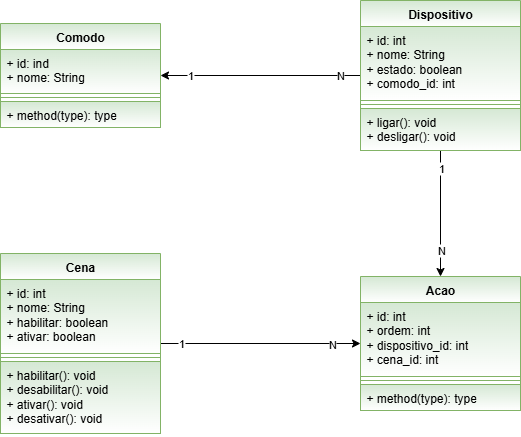
Earlier version of the draw.io export Artefatos/arquivos/Class-Diagram.drawio.png (ronieldias/Controle-Domotica). Source tidied: cells renumbered, new cells last; positions are measured from the earlier drawing's top-left corner, leaving out a move shared by most shapes. The source it was exported from:
```xml
<mxGraphModel>
  <root>
    <mxCell id="0" />
    <mxCell id="1" parent="0" />
    <mxCell id="2" style="edgeStyle=orthogonalEdgeStyle;rounded=0;jettySize=auto;html=1;" parent="1" edge="1" source="5" target="9">
      <mxGeometry relative="1" as="geometry" />
    </mxCell>
    <mxCell id="3" value="N" style="edgeLabel;html=1;align=center;verticalAlign=middle;" parent="2" vertex="1">
      <mxGeometry x="0.72" y="-1" relative="1" as="geometry" />
    </mxCell>
    <mxCell id="4" value="1" style="edgeLabel;html=1;align=center;verticalAlign=middle;" parent="2" vertex="1">
      <mxGeometry x="-0.79" relative="1" as="geometry" />
    </mxCell>
    <mxCell id="5" value="Cena" style="swimlane;fontStyle=1;align=center;verticalAlign=top;horizontal=1;startSize=26;whiteSpace=wrap;html=1;perimeterSpacing=0;fillColor=#d5e8d4;strokeColor=#82b366;fillStyle=solid;gradientColor=#FFFFFF;" parent="1" vertex="1">
      <mxGeometry y="253" width="160" height="180" as="geometry" />
    </mxCell>
    <mxCell id="6" value="+ id: int&lt;div&gt;+ nome: String&lt;/div&gt;&lt;div&gt;&lt;span style=&quot;background-color: transparent; color: light-dark(rgb(0, 0, 0), rgb(255, 255, 255));&quot;&gt;+ habilitar: boolean&lt;/span&gt;&lt;/div&gt;&lt;div&gt;&lt;span style=&quot;background-color: transparent; color: light-dark(rgb(0, 0, 0), rgb(255, 255, 255));&quot;&gt;+ ativar: boolean&lt;/span&gt;&lt;/div&gt;" style="text;strokeColor=#82b366;fillColor=#d5e8d4;align=left;verticalAlign=top;spacingLeft=4;spacingRight=4;overflow=hidden;whiteSpace=wrap;html=1;perimeterSpacing=0;fillStyle=solid;gradientColor=#FFFFFF;" parent="5" vertex="1">
      <mxGeometry y="26" width="160" height="74" as="geometry" />
    </mxCell>
    <mxCell id="7" style="line;strokeWidth=1;fillColor=#d5e8d4;align=left;verticalAlign=middle;spacingTop=-1;spacingLeft=3;spacingRight=3;labelPosition=right;strokeColor=#82b366;perimeterSpacing=0;fillStyle=solid;gradientColor=#FFFFFF;" parent="5" vertex="1">
      <mxGeometry y="100" width="160" height="8" as="geometry" />
    </mxCell>
    <mxCell id="8" value="+ habilitar(): void&lt;div&gt;+ desabilitar(): void&lt;/div&gt;&lt;div&gt;+ ativar(): void&lt;/div&gt;&lt;div&gt;+ desativar(): void&lt;/div&gt;" style="text;strokeColor=#82b366;fillColor=#d5e8d4;align=left;verticalAlign=top;spacingLeft=4;spacingRight=4;overflow=hidden;whiteSpace=wrap;html=1;perimeterSpacing=0;fillStyle=solid;gradientColor=#FFFFFF;" parent="5" vertex="1">
      <mxGeometry y="108" width="160" height="72" as="geometry" />
    </mxCell>
    <mxCell id="9" value="Acao" style="swimlane;fontStyle=1;align=center;verticalAlign=top;horizontal=1;startSize=26;whiteSpace=wrap;html=1;perimeterSpacing=0;fillColor=#d5e8d4;strokeColor=#82b366;fillStyle=solid;gradientColor=#FFFFFF;" parent="1" vertex="1">
      <mxGeometry x="360" y="276" width="160" height="134" as="geometry" />
    </mxCell>
    <mxCell id="10" value="&lt;div&gt;&lt;span style=&quot;background-color: transparent; color: light-dark(rgb(0, 0, 0), rgb(255, 255, 255));&quot;&gt;+ id: int&lt;/span&gt;&lt;/div&gt;&lt;div&gt;+ ordem: int&lt;/div&gt;+ dispositivo_id: int&lt;div&gt;+ cena_id: int&lt;/div&gt;&lt;div&gt;&lt;br&gt;&lt;/div&gt;" style="text;strokeColor=#82b366;fillColor=#d5e8d4;align=left;verticalAlign=top;spacingLeft=4;spacingRight=4;overflow=hidden;whiteSpace=wrap;html=1;perimeterSpacing=0;fillStyle=solid;gradientColor=#FFFFFF;" parent="9" vertex="1">
      <mxGeometry y="26" width="160" height="74" as="geometry" />
    </mxCell>
    <mxCell id="11" style="line;strokeWidth=1;fillColor=#d5e8d4;align=left;verticalAlign=middle;spacingTop=-1;spacingLeft=3;spacingRight=3;labelPosition=right;strokeColor=#82b366;perimeterSpacing=0;fillStyle=solid;gradientColor=#FFFFFF;" parent="9" vertex="1">
      <mxGeometry y="100" width="160" height="8" as="geometry" />
    </mxCell>
    <mxCell id="12" value="+ method(type): type" style="text;strokeColor=#82b366;fillColor=#d5e8d4;align=left;verticalAlign=top;spacingLeft=4;spacingRight=4;overflow=hidden;whiteSpace=wrap;html=1;perimeterSpacing=0;fillStyle=solid;gradientColor=#FFFFFF;" parent="9" vertex="1">
      <mxGeometry y="108" width="160" height="26" as="geometry" />
    </mxCell>
    <mxCell id="13" value="Comodo" style="swimlane;fontStyle=1;align=center;verticalAlign=top;horizontal=1;startSize=26;whiteSpace=wrap;html=1;perimeterSpacing=0;fillColor=#d5e8d4;strokeColor=#82b366;fillStyle=solid;gradientColor=#FFFFFF;" parent="1" vertex="1">
      <mxGeometry y="23" width="160" height="104" as="geometry" />
    </mxCell>
    <mxCell id="14" value="+ id: ind&lt;div&gt;+ nome: String&lt;/div&gt;" style="text;strokeColor=#82b366;fillColor=#d5e8d4;align=left;verticalAlign=top;spacingLeft=4;spacingRight=4;overflow=hidden;whiteSpace=wrap;html=1;perimeterSpacing=0;fillStyle=solid;gradientColor=#FFFFFF;" parent="13" vertex="1">
      <mxGeometry y="26" width="160" height="44" as="geometry" />
    </mxCell>
    <mxCell id="15" style="line;strokeWidth=1;fillColor=#d5e8d4;align=left;verticalAlign=middle;spacingTop=-1;spacingLeft=3;spacingRight=3;labelPosition=right;strokeColor=#82b366;perimeterSpacing=0;fillStyle=solid;gradientColor=#FFFFFF;" parent="13" vertex="1">
      <mxGeometry y="70" width="160" height="8" as="geometry" />
    </mxCell>
    <mxCell id="16" value="+ method(type): type" style="text;strokeColor=#82b366;fillColor=#d5e8d4;align=left;verticalAlign=top;spacingLeft=4;spacingRight=4;overflow=hidden;whiteSpace=wrap;html=1;perimeterSpacing=0;fillStyle=solid;gradientColor=#FFFFFF;" parent="13" vertex="1">
      <mxGeometry y="78" width="160" height="26" as="geometry" />
    </mxCell>
    <mxCell id="17" style="edgeStyle=orthogonalEdgeStyle;rounded=0;jettySize=auto;html=1;" parent="1" edge="1" source="23" target="13">
      <mxGeometry relative="1" as="geometry" />
    </mxCell>
    <mxCell id="18" value="1" style="edgeLabel;html=1;align=center;verticalAlign=middle;" parent="17" vertex="1">
      <mxGeometry x="0.7" y="-1" relative="1" as="geometry">
        <mxPoint y="1" as="offset" />
      </mxGeometry>
    </mxCell>
    <mxCell id="19" value="N" style="edgeLabel;html=1;align=center;verticalAlign=middle;" parent="17" vertex="1">
      <mxGeometry x="-0.8" y="-1" relative="1" as="geometry">
        <mxPoint y="1" as="offset" />
      </mxGeometry>
    </mxCell>
    <mxCell id="20" style="edgeStyle=orthogonalEdgeStyle;rounded=0;jettySize=auto;html=1;" parent="1" edge="1" source="23" target="9">
      <mxGeometry relative="1" as="geometry" />
    </mxCell>
    <mxCell id="21" value="1" style="edgeLabel;html=1;align=center;verticalAlign=middle;" parent="20" vertex="1">
      <mxGeometry x="-0.73" y="1" relative="1" as="geometry" />
    </mxCell>
    <mxCell id="22" value="N" style="edgeLabel;html=1;align=center;verticalAlign=middle;" parent="20" vertex="1">
      <mxGeometry x="0.57" y="1" relative="1" as="geometry" />
    </mxCell>
    <mxCell id="23" value="Dispositivo" style="swimlane;fontStyle=1;align=center;verticalAlign=top;horizontal=1;startSize=26;whiteSpace=wrap;html=1;perimeterSpacing=0;fillColor=#d5e8d4;strokeColor=#82b366;fillStyle=solid;gradientColor=#FFFFFF;" parent="1" vertex="1">
      <mxGeometry x="360" width="160" height="150" as="geometry" />
    </mxCell>
    <mxCell id="24" value="+ id: int&lt;br&gt;+ nome: String&lt;div&gt;+ estado: boolean&lt;/div&gt;&lt;div&gt;+ comodo_id: int&lt;/div&gt;" style="text;strokeColor=#82b366;fillColor=#d5e8d4;align=left;verticalAlign=top;spacingLeft=4;spacingRight=4;overflow=hidden;whiteSpace=wrap;html=1;perimeterSpacing=0;fillStyle=solid;gradientColor=#FFFFFF;" parent="23" vertex="1">
      <mxGeometry y="26" width="160" height="74" as="geometry" />
    </mxCell>
    <mxCell id="25" style="line;strokeWidth=1;fillColor=#d5e8d4;align=left;verticalAlign=middle;spacingTop=-1;spacingLeft=3;spacingRight=3;labelPosition=right;strokeColor=#82b366;perimeterSpacing=0;fillStyle=solid;gradientColor=#FFFFFF;" parent="23" vertex="1">
      <mxGeometry y="100" width="160" height="8" as="geometry" />
    </mxCell>
    <mxCell id="26" value="+ ligar(): void&lt;div&gt;+ desligar(): void&lt;/div&gt;&lt;div&gt;&lt;br&gt;&lt;/div&gt;&lt;div&gt;&lt;br&gt;&lt;/div&gt;" style="text;strokeColor=#82b366;fillColor=#d5e8d4;align=left;verticalAlign=top;spacingLeft=4;spacingRight=4;overflow=hidden;whiteSpace=wrap;html=1;perimeterSpacing=0;fillStyle=solid;gradientColor=#FFFFFF;" parent="23" vertex="1">
      <mxGeometry y="108" width="160" height="42" as="geometry" />
    </mxCell>
  </root>
</mxGraphModel>
```
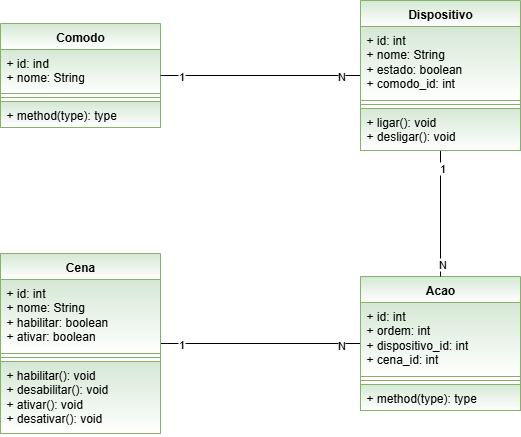
Later version of the same file.

Commit message:
artefatos: correção

What changed in the source:
```diff
@@ -2,14 +2,18 @@
   <root>
     <mxCell id="0" />
     <mxCell id="1" parent="0" />
-    <mxCell id="2" style="edgeStyle=orthogonalEdgeStyle;rounded=0;jettySize=auto;html=1;" parent="1" edge="1" source="5" target="9">
+    <mxCell id="2" style="edgeStyle=orthogonalEdgeStyle;rounded=0;jettySize=auto;html=1;endArrow=none;endFill=0;" parent="1" edge="1" source="5" target="9">
       <mxGeometry relative="1" as="geometry" />
     </mxCell>
     <mxCell id="3" value="N" style="edgeLabel;html=1;align=center;verticalAlign=middle;" parent="2" vertex="1">
-      <mxGeometry x="0.72" y="-1" relative="1" as="geometry" />
+      <mxGeometry x="0.72" y="-1" relative="1" as="geometry">
+        <mxPoint x="8" as="offset" />
+      </mxGeometry>
     </mxCell>
     <mxCell id="4" value="1" style="edgeLabel;html=1;align=center;verticalAlign=middle;" parent="2" vertex="1">
-      <mxGeometry x="-0.79" relative="1" as="geometry" />
+      <mxGeometry x="-0.79" relative="1" as="geometry">
+        <mxPoint x="-1" as="offset" />
+      </mxGeometry>
     </mxCell>
     <mxCell id="5" value="Cena" style="swimlane;fontStyle=1;align=center;verticalAlign=top;horizontal=1;startSize=26;whiteSpace=wrap;html=1;perimeterSpacing=0;fillColor=#d5e8d4;strokeColor=#82b366;fillStyle=solid;gradientColor=#FFFFFF;" parent="1" vertex="1">
       <mxGeometry y="253" width="160" height="180" as="geometry" />
@@ -47,12 +51,12 @@
     <mxCell id="16" value="+ method(type): type" style="text;strokeColor=#82b366;fillColor=#d5e8d4;align=left;verticalAlign=top;spacingLeft=4;spacingRight=4;overflow=hidden;whiteSpace=wrap;html=1;perimeterSpacing=0;fillStyle=solid;gradientColor=#FFFFFF;" parent="13" vertex="1">
       <mxGeometry y="78" width="160" height="26" as="geometry" />
     </mxCell>
-    <mxCell id="17" style="edgeStyle=orthogonalEdgeStyle;rounded=0;jettySize=auto;html=1;" parent="1" edge="1" source="23" target="13">
+    <mxCell id="17" style="edgeStyle=orthogonalEdgeStyle;rounded=0;jettySize=auto;html=1;endArrow=none;endFill=0;" parent="1" edge="1" source="23" target="13">
       <mxGeometry relative="1" as="geometry" />
     </mxCell>
     <mxCell id="18" value="1" style="edgeLabel;html=1;align=center;verticalAlign=middle;" parent="17" vertex="1">
       <mxGeometry x="0.7" y="-1" relative="1" as="geometry">
-        <mxPoint y="1" as="offset" />
+        <mxPoint x="-9" y="1" as="offset" />
       </mxGeometry>
     </mxCell>
     <mxCell id="19" value="N" style="edgeLabel;html=1;align=center;verticalAlign=middle;" parent="17" vertex="1">
@@ -60,14 +64,16 @@
         <mxPoint y="1" as="offset" />
       </mxGeometry>
     </mxCell>
-    <mxCell id="20" style="edgeStyle=orthogonalEdgeStyle;rounded=0;jettySize=auto;html=1;" parent="1" edge="1" source="23" target="9">
+    <mxCell id="20" style="edgeStyle=orthogonalEdgeStyle;rounded=0;jettySize=auto;html=1;endArrow=none;endFill=0;" parent="1" edge="1" source="23" target="9">
       <mxGeometry relative="1" as="geometry" />
     </mxCell>
     <mxCell id="21" value="1" style="edgeLabel;html=1;align=center;verticalAlign=middle;" parent="20" vertex="1">
       <mxGeometry x="-0.73" y="1" relative="1" as="geometry" />
     </mxCell>
     <mxCell id="22" value="N" style="edgeLabel;html=1;align=center;verticalAlign=middle;" parent="20" vertex="1">
-      <mxGeometry x="0.57" y="1" relative="1" as="geometry" />
+      <mxGeometry x="0.57" y="1" relative="1" as="geometry">
+        <mxPoint y="14" as="offset" />
+      </mxGeometry>
     </mxCell>
     <mxCell id="23" value="Dispositivo" style="swimlane;fontStyle=1;align=center;verticalAlign=top;horizontal=1;startSize=26;whiteSpace=wrap;html=1;perimeterSpacing=0;fillColor=#d5e8d4;strokeColor=#82b366;fillStyle=solid;gradientColor=#FFFFFF;" parent="1" vertex="1">
       <mxGeometry x="360" width="160" height="150" as="geometry" />
```
